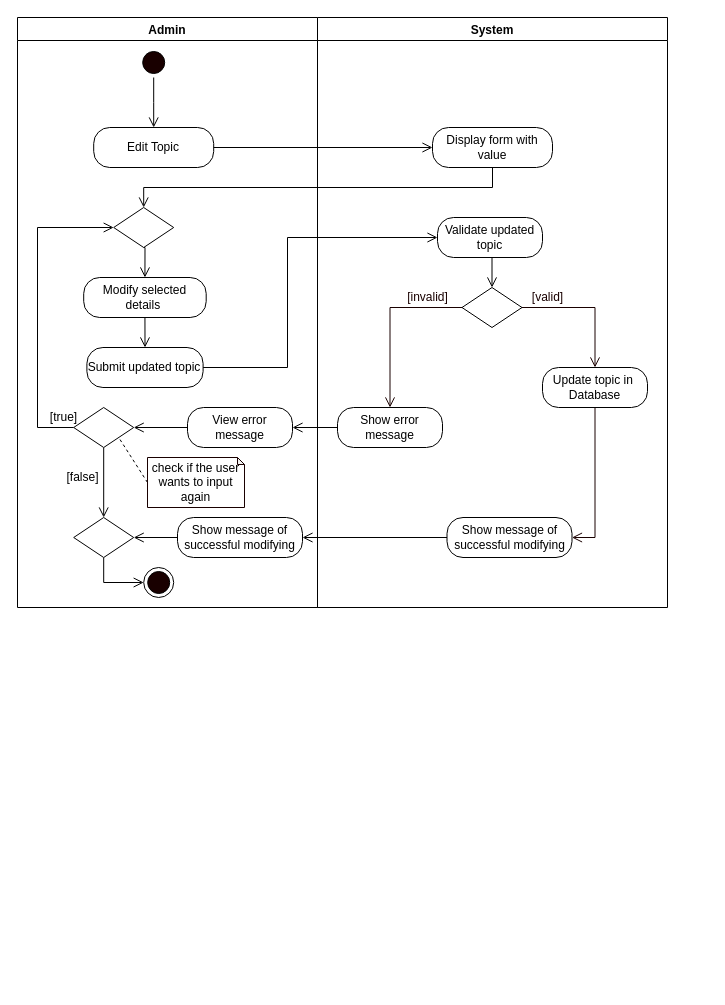
This is page "Edit Topic" (5 of 12) of REVISIONS/UML-DIAGRAMS/6-28-2021/ACTIVITY DIAGRAM/ACTIVITY DIAGRAM2.drawio from mrklglsn/CAPSTONE-FILES, a draw.io file, before an edit. Source tidied: cells renumbered, new cells numbered last; positions are measured from the earlier drawing's top-left corner, leaving out a move shared by most shapes. Both pictures are drawn from the tidied source at 100%, with x=0, y=0 at pixel (17, 17).
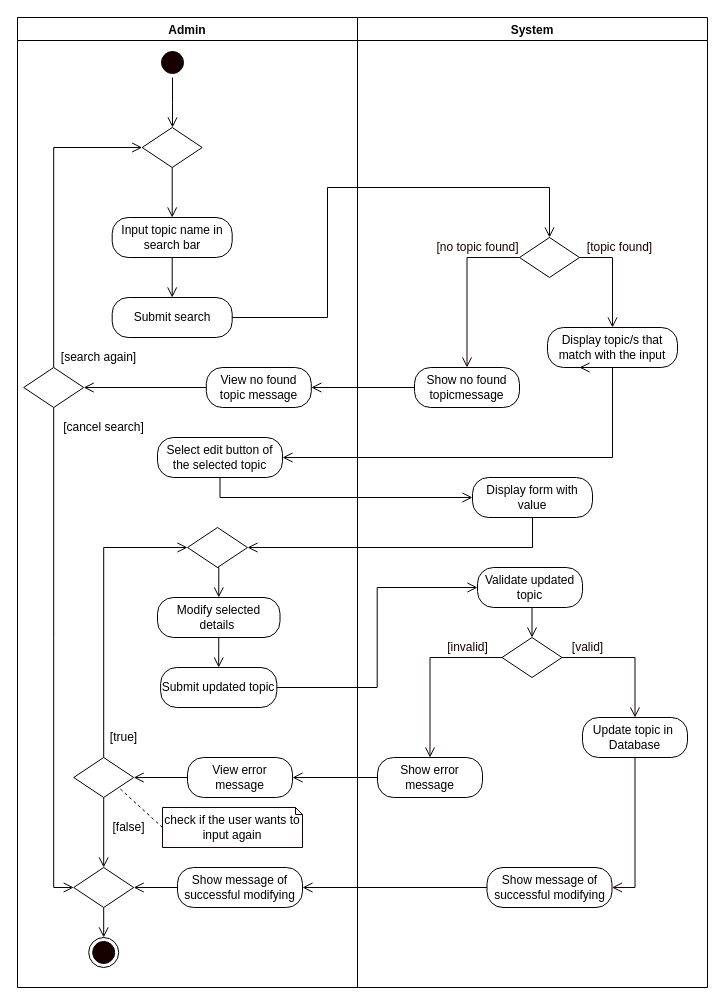
The same diagram, later.

Change to the diagram source:
```diff
@@
     <mxCell id="2" value="Admin" style="swimlane;startSize=23;" parent="1" vertex="1">
-      <mxGeometry width="300" height="590" as="geometry" />
+      <mxGeometry width="340" height="970" as="geometry" />
     </mxCell>
     <mxCell id="3" style="edgeStyle=orthogonalEdgeStyle;rounded=0;jettySize=auto;html=1;exitX=0.5;exitY=1;exitDx=0;exitDy=0;entryX=0.5;entryY=0;entryDx=0;entryDy=0;endArrow=open;endFill=0;endSize=8;" parent="2" edge="1" source="4">
       <mxGeometry relative="1" as="geometry">
-        <mxPoint x="136.2" y="110" as="targetPoint" />
+        <mxPoint x="155" y="110" as="targetPoint" />
       </mxGeometry>
     </mxCell>
     <mxCell id="4" style="ellipse;html=1;shape=startState;fillColor=#190000;" parent="2" vertex="1">
-      <mxGeometry x="121.2" y="30" width="30" height="30" as="geometry" />
+      <mxGeometry x="140" y="30" width="30" height="30" as="geometry" />
     </mxCell>
-    <mxCell id="5" value="Edit Topic" style="rounded=1;whiteSpace=wrap;html=1;arcSize=40;" parent="2" vertex="1">
-      <mxGeometry x="76.2" y="110" width="120" height="40" as="geometry" />
-    </mxCell>
@@
     <mxCell id="7" value="Modify selected details&amp;nbsp;" style="rounded=1;whiteSpace=wrap;html=1;arcSize=40;" parent="2" vertex="1">
-      <mxGeometry x="66.2" y="260" width="122.5" height="40" as="geometry" />
+      <mxGeometry x="140" y="580" width="122.5" height="40" as="geometry" />
     </mxCell>
     <mxCell id="8" value="Submit updated topic" style="rounded=1;whiteSpace=wrap;html=1;arcSize=40;" parent="2" vertex="1">
-      <mxGeometry x="69.4" y="330" width="116.2" height="40" as="geometry" />
+      <mxGeometry x="143.1" y="650" width="116.2" height="40" as="geometry" />
     </mxCell>
@@
     <mxCell id="10" style="rhombus;whiteSpace=wrap;html=1;" parent="2" vertex="1">
-      <mxGeometry x="96.2" y="190" width="60" height="40" as="geometry" />
+      <mxGeometry x="170" y="510" width="60" height="40" as="geometry" />
     </mxCell>
-    <mxCell id="11" style="edgeStyle=orthogonalEdgeStyle;rounded=0;jettySize=auto;html=1;exitX=0;exitY=0.5;exitDx=0;exitDy=0;entryX=0;entryY=0.5;entryDx=0;entryDy=0;endArrow=open;endFill=0;endSize=8;" parent="2" edge="1" source="13" target="10">
-      <mxGeometry relative="1" as="geometry">
-        <Array as="points">
-          <mxPoint x="20" y="410" />
-          <mxPoint x="20" y="210" />
-        </Array>
-      </mxGeometry>
+    <mxCell id="11" style="edgeStyle=orthogonalEdgeStyle;rounded=0;jettySize=auto;html=1;exitX=0.5;exitY=0;exitDx=0;exitDy=0;entryX=0;entryY=0.5;entryDx=0;entryDy=0;endArrow=open;endFill=0;endSize=8;" parent="2" edge="1" source="13" target="10">
+      <mxGeometry relative="1" as="geometry" />
     </mxCell>
@@
     <mxCell id="13" style="rhombus;whiteSpace=wrap;html=1;" parent="2" vertex="1">
-      <mxGeometry x="56.2" y="390" width="60" height="40" as="geometry" />
+      <mxGeometry x="56.2" y="740" width="60" height="40" as="geometry" />
     </mxCell>
     <mxCell id="14" value="[true]" style="text;html=1;align=center;verticalAlign=middle;strokeColor=none;" parent="2" vertex="1">
-      <mxGeometry x="26.2" y="390" width="40" height="20" as="geometry" />
+      <mxGeometry x="86.2" y="710" width="40" height="20" as="geometry" />
     </mxCell>
@@
     <mxCell id="16" value="check if the user wants to input again" style="shape=note;whiteSpace=wrap;html=1;backgroundOutline=1;darkOpacity=0.05;strokeColor=#190000;size=7;" parent="2" vertex="1">
-      <mxGeometry x="130" y="440" width="97" height="50" as="geometry" />
+      <mxGeometry x="145" y="790" width="140" height="40" as="geometry" />
     </mxCell>
     <mxCell id="17" value="[false]" style="text;html=1;align=center;verticalAlign=middle;strokeColor=none;" parent="2" vertex="1">
-      <mxGeometry x="40" y="450" width="50" height="20" as="geometry" />
+      <mxGeometry x="86.2" y="800" width="50" height="20" as="geometry" />
     </mxCell>
     <mxCell id="18" style="ellipse;html=1;shape=endState;fillColor=#190000;" parent="2" vertex="1">
-      <mxGeometry x="126.2" y="550" width="30" height="30" as="geometry" />
+      <mxGeometry x="71.2" y="920" width="30" height="30" as="geometry" />
     </mxCell>
@@
     <mxCell id="20" value="View error message" style="rounded=1;whiteSpace=wrap;html=1;arcSize=40;" parent="2" vertex="1">
-      <mxGeometry x="170" y="390" width="105" height="40" as="geometry" />
+      <mxGeometry x="170" y="740" width="105" height="40" as="geometry" />
     </mxCell>
@@
     <mxCell id="22" value="Show message of successful modifying" style="rounded=1;whiteSpace=wrap;html=1;arcSize=40;" parent="2" vertex="1">
-      <mxGeometry x="160" y="500" width="125" height="40" as="geometry" />
+      <mxGeometry x="160" y="850" width="125" height="40" as="geometry" />
     </mxCell>
-    <mxCell id="23" style="edgeStyle=orthogonalEdgeStyle;rounded=0;jettySize=auto;html=1;exitX=0.5;exitY=1;exitDx=0;exitDy=0;entryX=0;entryY=0.5;entryDx=0;entryDy=0;endArrow=open;endFill=0;endSize=8;" parent="2" edge="1" source="24" target="18">
+    <mxCell id="23" style="edgeStyle=orthogonalEdgeStyle;rounded=0;jettySize=auto;html=1;exitX=0.5;exitY=1;exitDx=0;exitDy=0;entryX=0.5;entryY=0;entryDx=0;entryDy=0;endArrow=open;endFill=0;endSize=8;" parent="2" edge="1" source="24" target="18">
       <mxGeometry relative="1" as="geometry" />
     </mxCell>
     <mxCell id="24" style="rhombus;whiteSpace=wrap;html=1;" parent="2" vertex="1">
-      <mxGeometry x="56.2" y="500" width="60" height="40" as="geometry" />
+      <mxGeometry x="56.2" y="850" width="60" height="40" as="geometry" />
     </mxCell>
+    <mxCell id="43" value="Select edit button of the selected topic" style="rounded=1;whiteSpace=wrap;html=1;arcSize=40;" parent="2" vertex="1">
+      <mxGeometry x="140" y="420" width="125" height="40" as="geometry" />
+    </mxCell>
+    <mxCell id="44" value="Submit search" style="rounded=1;whiteSpace=wrap;html=1;arcSize=40;" parent="2" vertex="1">
+      <mxGeometry x="94.7" y="280" width="120" height="40" as="geometry" />
+    </mxCell>
+    <mxCell id="45" value="[search again]" style="text;html=1;align=center;verticalAlign=middle;strokeColor=none;rotation=0;" parent="2" vertex="1">
+      <mxGeometry x="36.2" y="330" width="90" height="20" as="geometry" />
+    </mxCell>
+    <mxCell id="46" value="[cancel search]" style="text;html=1;align=center;verticalAlign=middle;strokeColor=none;rotation=0;" parent="2" vertex="1">
+      <mxGeometry x="36.2" y="400" width="100" height="20" as="geometry" />
+    </mxCell>
+    <mxCell id="47" value="View no found topic message" style="rounded=1;whiteSpace=wrap;html=1;arcSize=40;" parent="2" vertex="1">
+      <mxGeometry x="188.8" y="350" width="105" height="40" as="geometry" />
+    </mxCell>
+    <mxCell id="48" style="edgeStyle=orthogonalEdgeStyle;rounded=0;jettySize=auto;html=1;exitX=0.5;exitY=1;exitDx=0;exitDy=0;entryX=0;entryY=0.5;entryDx=0;entryDy=0;endArrow=open;endFill=0;endSize=8;" parent="2" edge="1" source="49" target="24">
+      <mxGeometry relative="1" as="geometry" />
+    </mxCell>
+    <mxCell id="49" style="rhombus;whiteSpace=wrap;html=1;" parent="2" vertex="1">
+      <mxGeometry x="6.2" y="350" width="60" height="40" as="geometry" />
+    </mxCell>
+    <mxCell id="50" style="edgeStyle=orthogonalEdgeStyle;rounded=0;jettySize=auto;html=1;exitX=0;exitY=0.5;exitDx=0;exitDy=0;entryX=1;entryY=0.5;entryDx=0;entryDy=0;endArrow=open;endFill=0;endSize=8;" parent="2" edge="1" source="47" target="49">
+      <mxGeometry relative="1" as="geometry" />
+    </mxCell>
     <mxCell id="25" value="System" style="swimlane;" parent="1" vertex="1">
-      <mxGeometry x="300" width="350" height="590" as="geometry" />
+      <mxGeometry x="340" width="350" height="970" as="geometry" />
     </mxCell>
     <mxCell id="26" value="Validate updated topic" style="rounded=1;whiteSpace=wrap;html=1;arcSize=40;" parent="25" vertex="1">
-      <mxGeometry x="120" y="200" width="105" height="40" as="geometry" />
+      <mxGeometry x="120" y="550" width="105" height="40" as="geometry" />
     </mxCell>
     <mxCell id="27" style="rhombus;whiteSpace=wrap;html=1;" parent="25" vertex="1">
-      <mxGeometry x="144.5" y="270" width="60" height="40" as="geometry" />
+      <mxGeometry x="144.5" y="620" width="60" height="40" as="geometry" />
     </mxCell>
@@
     <mxCell id="29" value="&lt;font color=&quot;#190000&quot;&gt;[valid]&lt;/font&gt;" style="text;html=1;align=center;verticalAlign=middle;strokeColor=none;fontColor=#FFFFFF;" parent="25" vertex="1">
-      <mxGeometry x="204.5" y="270" width="50" height="20" as="geometry" />
+      <mxGeometry x="204.5" y="620" width="50" height="20" as="geometry" />
     </mxCell>
     <mxCell id="30" value="&lt;font color=&quot;#190000&quot;&gt;[invalid]&lt;/font&gt;" style="text;html=1;align=center;verticalAlign=middle;strokeColor=none;fontColor=#FFFFFF;" parent="25" vertex="1">
-      <mxGeometry x="80" y="270" width="60" height="20" as="geometry" />
+      <mxGeometry x="80" y="620" width="60" height="20" as="geometry" />
     </mxCell>
     <mxCell id="31" value="Show error message" style="rounded=1;whiteSpace=wrap;html=1;arcSize=40;" parent="25" vertex="1">
-      <mxGeometry x="20" y="390" width="105" height="40" as="geometry" />
+      <mxGeometry x="20" y="740" width="105" height="40" as="geometry" />
     </mxCell>
@@
     <mxCell id="33" value="Update topic in&amp;nbsp; Database" style="rounded=1;whiteSpace=wrap;html=1;arcSize=40;" parent="25" vertex="1">
-      <mxGeometry x="225" y="350" width="105" height="40" as="geometry" />
+      <mxGeometry x="225" y="700" width="105" height="40" as="geometry" />
     </mxCell>
@@
     <mxCell id="36" value="Show message of successful modifying" style="rounded=1;whiteSpace=wrap;html=1;arcSize=40;" parent="25" vertex="1">
-      <mxGeometry x="129.5" y="500" width="125" height="40" as="geometry" />
+      <mxGeometry x="129.5" y="850" width="125" height="40" as="geometry" />
     </mxCell>
     <mxCell id="37" value="Display form with value" style="rounded=1;whiteSpace=wrap;html=1;arcSize=40;" parent="25" vertex="1">
-      <mxGeometry x="115" y="110" width="120" height="40" as="geometry" />
+      <mxGeometry x="115" y="460" width="120" height="40" as="geometry" />
     </mxCell>
-    <mxCell id="38" style="edgeStyle=orthogonalEdgeStyle;rounded=0;jettySize=auto;html=1;exitX=1;exitY=0.5;exitDx=0;exitDy=0;endArrow=open;endFill=0;endSize=8;entryX=0;entryY=0.5;entryDx=0;entryDy=0;" parent="1" edge="1" source="5" target="37">
-      <mxGeometry relative="1" as="geometry" />
-    </mxCell>
+    <mxCell id="51" value="Show no found topicmessage" style="rounded=1;whiteSpace=wrap;html=1;arcSize=40;" parent="25" vertex="1">
+      <mxGeometry x="57" y="350" width="105" height="40" as="geometry" />
+    </mxCell>
+    <mxCell id="52" style="rhombus;whiteSpace=wrap;html=1;" parent="25" vertex="1">
+      <mxGeometry x="162" y="220" width="60" height="40" as="geometry" />
+    </mxCell>
+    <mxCell id="53" value="&lt;font color=&quot;#190000&quot;&gt;[topic found]&lt;/font&gt;" style="text;html=1;align=center;verticalAlign=middle;strokeColor=none;fontColor=#FFFFFF;" parent="25" vertex="1">
+      <mxGeometry x="222" y="220" width="80" height="20" as="geometry" />
+    </mxCell>
+    <mxCell id="54" value="&lt;font color=&quot;#190000&quot;&gt;[no topic found]&lt;/font&gt;" style="text;html=1;align=center;verticalAlign=middle;strokeColor=none;fontColor=#FFFFFF;" parent="25" vertex="1">
+      <mxGeometry x="69.5" y="220" width="100" height="20" as="geometry" />
+    </mxCell>
+    <mxCell id="55" style="edgeStyle=orthogonalEdgeStyle;rounded=0;jettySize=auto;html=1;exitX=0;exitY=0.5;exitDx=0;exitDy=0;fontColor=#FFFFFF;endArrow=open;endFill=0;endSize=8;strokeColor=#190000;entryX=0.5;entryY=0;entryDx=0;entryDy=0;" parent="25" edge="1" source="52" target="51">
+      <mxGeometry relative="1" as="geometry" />
+    </mxCell>
+    <mxCell id="56" value="Display topic/s that match with the input" style="rounded=1;whiteSpace=wrap;html=1;arcSize=40;" parent="25" vertex="1">
+      <mxGeometry x="190" y="310" width="130" height="40" as="geometry" />
+    </mxCell>
+    <mxCell id="57" style="edgeStyle=orthogonalEdgeStyle;rounded=0;jettySize=auto;html=1;exitX=1;exitY=0.5;exitDx=0;exitDy=0;fontColor=#FFFFFF;endArrow=open;endFill=0;endSize=8;strokeColor=#190000;entryX=0.5;entryY=0;entryDx=0;entryDy=0;" parent="25" edge="1" source="52" target="56">
+      <mxGeometry relative="1" as="geometry" />
+    </mxCell>
-    <mxCell id="39" style="edgeStyle=orthogonalEdgeStyle;rounded=0;jettySize=auto;html=1;exitX=0.5;exitY=1;exitDx=0;exitDy=0;endArrow=open;endFill=0;endSize=8;entryX=0.5;entryY=0;entryDx=0;entryDy=0;" parent="1" edge="1" source="37" target="10">
+    <mxCell id="39" style="edgeStyle=orthogonalEdgeStyle;rounded=0;jettySize=auto;html=1;exitX=0.5;exitY=1;exitDx=0;exitDy=0;endArrow=open;endFill=0;endSize=8;entryX=1;entryY=0.5;entryDx=0;entryDy=0;" parent="1" edge="1" source="37" target="10">
       <mxGeometry relative="1" as="geometry" />
     </mxCell>
     <mxCell id="40" style="edgeStyle=orthogonalEdgeStyle;rounded=0;jettySize=auto;html=1;exitX=1;exitY=0.5;exitDx=0;exitDy=0;entryX=0;entryY=0.5;entryDx=0;entryDy=0;endArrow=open;endFill=0;endSize=8;" parent="1" edge="1" source="8" target="26">
-      <mxGeometry relative="1" as="geometry">
-        <Array as="points">
-          <mxPoint x="270" y="350" />
-          <mxPoint x="270" y="220" />
-        </Array>
-      </mxGeometry>
+      <mxGeometry relative="1" as="geometry" />
     </mxCell>
@@
+    <mxCell id="58" style="edgeStyle=orthogonalEdgeStyle;rounded=0;jettySize=auto;html=1;exitX=0.5;exitY=1;exitDx=0;exitDy=0;endArrow=open;endFill=0;endSize=8;" parent="1" edge="1" source="59" target="44">
+      <mxGeometry relative="1" as="geometry" />
+    </mxCell>
+    <mxCell id="59" value="Input topic name in search bar" style="rounded=1;whiteSpace=wrap;html=1;arcSize=40;" parent="1" vertex="1">
+      <mxGeometry x="94.7" y="200" width="120" height="40" as="geometry" />
+    </mxCell>
+    <mxCell id="60" style="edgeStyle=orthogonalEdgeStyle;rounded=0;jettySize=auto;html=1;exitX=0.5;exitY=1;exitDx=0;exitDy=0;entryX=0.5;entryY=0;entryDx=0;entryDy=0;endArrow=open;endFill=0;endSize=8;" parent="1" edge="1" source="61" target="59">
+      <mxGeometry relative="1" as="geometry" />
+    </mxCell>
+    <mxCell id="61" style="rhombus;whiteSpace=wrap;html=1;" parent="1" vertex="1">
+      <mxGeometry x="124.7" y="110" width="60" height="40" as="geometry" />
+    </mxCell>
+    <mxCell id="62" style="edgeStyle=orthogonalEdgeStyle;rounded=0;jettySize=auto;html=1;exitX=0.5;exitY=1;exitDx=0;exitDy=0;entryX=0.5;entryY=0;entryDx=0;entryDy=0;endArrow=open;endFill=0;endSize=8;" parent="1" edge="1" source="56">
+      <mxGeometry relative="1" as="geometry">
+        <mxPoint x="562" y="350" as="targetPoint" />
+      </mxGeometry>
+    </mxCell>
+    <mxCell id="63" style="edgeStyle=orthogonalEdgeStyle;rounded=0;jettySize=auto;html=1;exitX=0.5;exitY=0;exitDx=0;exitDy=0;entryX=0;entryY=0.5;entryDx=0;entryDy=0;endArrow=open;endFill=0;endSize=8;" parent="1" edge="1" source="49" target="61">
+      <mxGeometry relative="1" as="geometry" />
+    </mxCell>
+    <mxCell id="64" style="edgeStyle=orthogonalEdgeStyle;rounded=0;jettySize=auto;html=1;exitX=0.5;exitY=1;exitDx=0;exitDy=0;entryX=1;entryY=0.5;entryDx=0;entryDy=0;endArrow=open;endFill=0;endSize=8;" parent="1" edge="1" source="56" target="43">
+      <mxGeometry relative="1" as="geometry" />
+    </mxCell>
+    <mxCell id="65" style="edgeStyle=orthogonalEdgeStyle;rounded=0;jettySize=auto;html=1;exitX=1;exitY=0.5;exitDx=0;exitDy=0;endArrow=open;endFill=0;endSize=8;entryX=0.5;entryY=0;entryDx=0;entryDy=0;" parent="1" edge="1" source="44" target="52">
+      <mxGeometry relative="1" as="geometry">
+        <Array as="points">
+          <mxPoint x="310" y="300" />
+          <mxPoint x="310" y="170" />
+          <mxPoint x="532" y="170" />
+        </Array>
+      </mxGeometry>
+    </mxCell>
+    <mxCell id="66" style="edgeStyle=orthogonalEdgeStyle;rounded=0;jettySize=auto;html=1;exitX=0;exitY=0.5;exitDx=0;exitDy=0;entryX=1;entryY=0.5;entryDx=0;entryDy=0;endArrow=open;endFill=0;endSize=8;" parent="1" edge="1" source="51" target="47">
+      <mxGeometry relative="1" as="geometry" />
+    </mxCell>
+    <mxCell id="67" style="edgeStyle=orthogonalEdgeStyle;rounded=0;jettySize=auto;html=1;exitX=0.5;exitY=1;exitDx=0;exitDy=0;entryX=0;entryY=0.5;entryDx=0;entryDy=0;endArrow=open;endFill=0;endSize=8;" parent="1" edge="1" source="43" target="37">
+      <mxGeometry relative="1" as="geometry" />
+    </mxCell>
```
